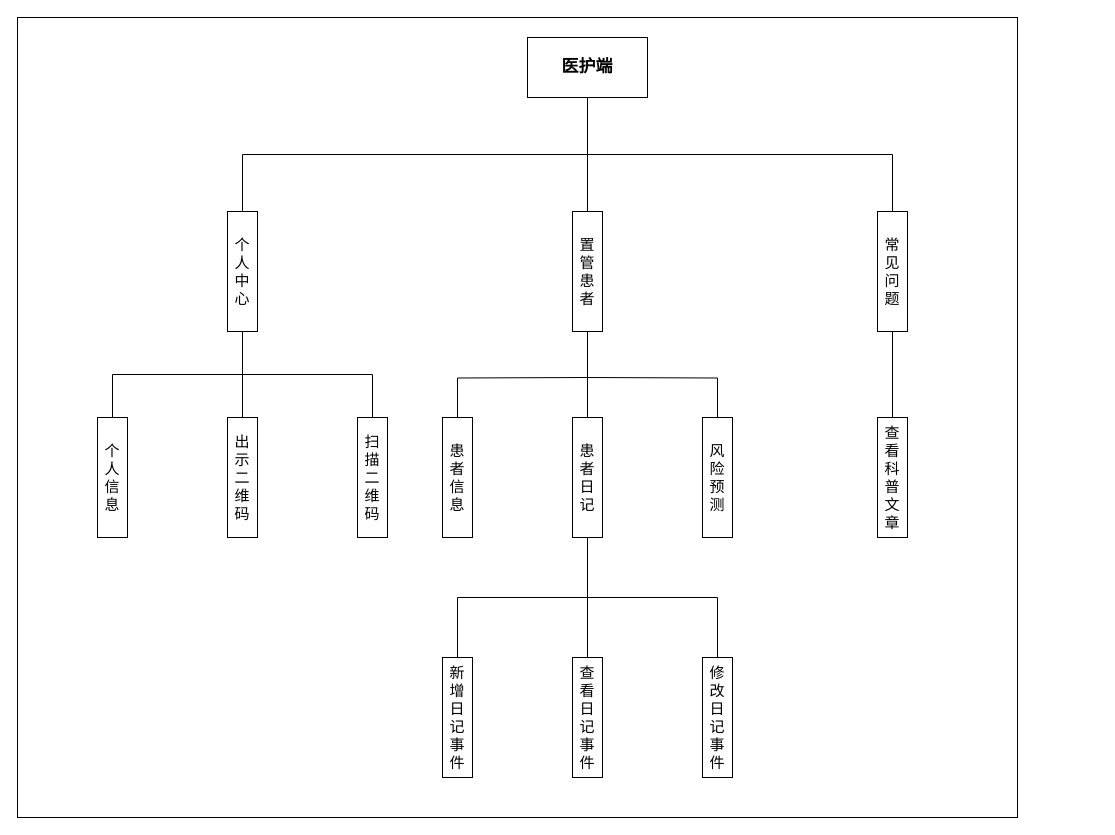
This is 功能图2.drawio from ssssszj/Drawio, a draw.io file, before an edit. Source tidied: cells renumbered, new cells numbered last; positions are measured from the earlier drawing's top-left corner, leaving out a move shared by most shapes. Both pictures are drawn from the tidied source at 100%, with x=0, y=0 at pixel (17, 17).
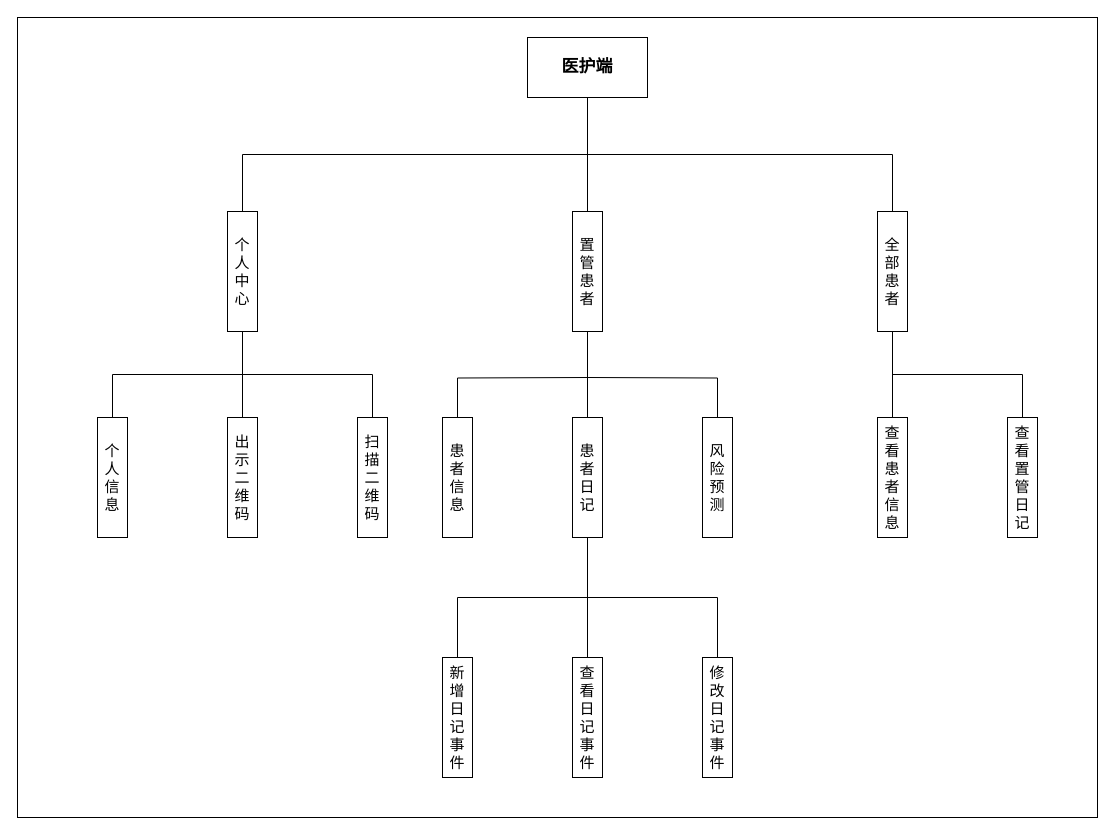
After the change.

Commit message:
更新功能图2.drawio

Diff of the diagram source:
```diff
@@
     <mxCell id="2" style="rounded=0;whiteSpace=wrap;html=1;strokeColor=default;" parent="1" vertex="1">
-      <mxGeometry width="1000" height="800" as="geometry" />
+      <mxGeometry width="1080" height="800" as="geometry" />
     </mxCell>
@@
+    <mxCell id="30" style="edgeStyle=orthogonalEdgeStyle;rounded=0;jettySize=auto;html=1;exitX=0.5;exitY=1;exitDx=0;exitDy=0;entryX=0.5;entryY=0;entryDx=0;entryDy=0;endArrow=none;endFill=0;" parent="1" edge="1" source="13" target="31">
+      <mxGeometry relative="1" as="geometry" />
+    </mxCell>
-    <mxCell id="13" value="&lt;font style=&quot;font-size: 15px;&quot;&gt;常见问题&lt;/font&gt;" style="rounded=0;whiteSpace=wrap;html=1;" parent="1" vertex="1">
+    <mxCell id="13" value="&lt;span style=&quot;font-size: 15px;&quot;&gt;全部患者&lt;/span&gt;" style="rounded=0;whiteSpace=wrap;html=1;" parent="1" vertex="1">
       <mxGeometry x="860" y="194" width="30" height="120" as="geometry" />
     </mxCell>
@@
-    <mxCell id="26" value="&lt;font style=&quot;font-size: 15px;&quot;&gt;查看科普文章&lt;/font&gt;" style="rounded=0;whiteSpace=wrap;html=1;" parent="1" vertex="1">
+    <mxCell id="26" value="&lt;font style=&quot;font-size: 15px;&quot;&gt;查看患者信息&lt;/font&gt;" style="rounded=0;whiteSpace=wrap;html=1;" parent="1" vertex="1">
       <mxGeometry x="860" y="400" width="30" height="120" as="geometry" />
     </mxCell>
@@
+    <mxCell id="31" value="&lt;font style=&quot;font-size: 15px;&quot;&gt;查看置管日记&lt;/font&gt;" style="rounded=0;whiteSpace=wrap;html=1;" parent="1" vertex="1">
+      <mxGeometry x="990" y="400" width="30" height="120" as="geometry" />
+    </mxCell>
```
